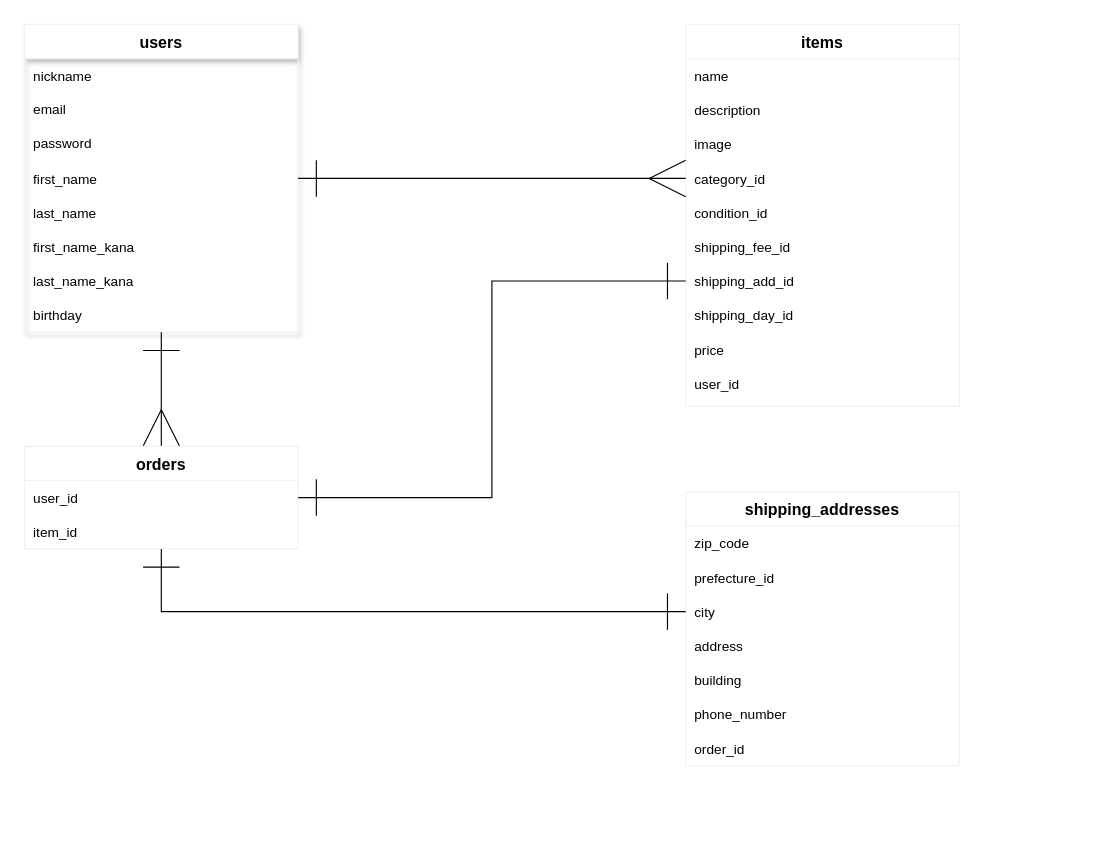
Before: ER.dio in KentaroKageyama/furima-35204, a draw.io diagram. Source tidied: cells renumbered, new cells numbered last; positions are measured from the earlier drawing's top-left corner, leaving out a move shared by most shapes. Both pictures are drawn from the tidied source at 114%, with x=0, y=0 at pixel (24, 24).
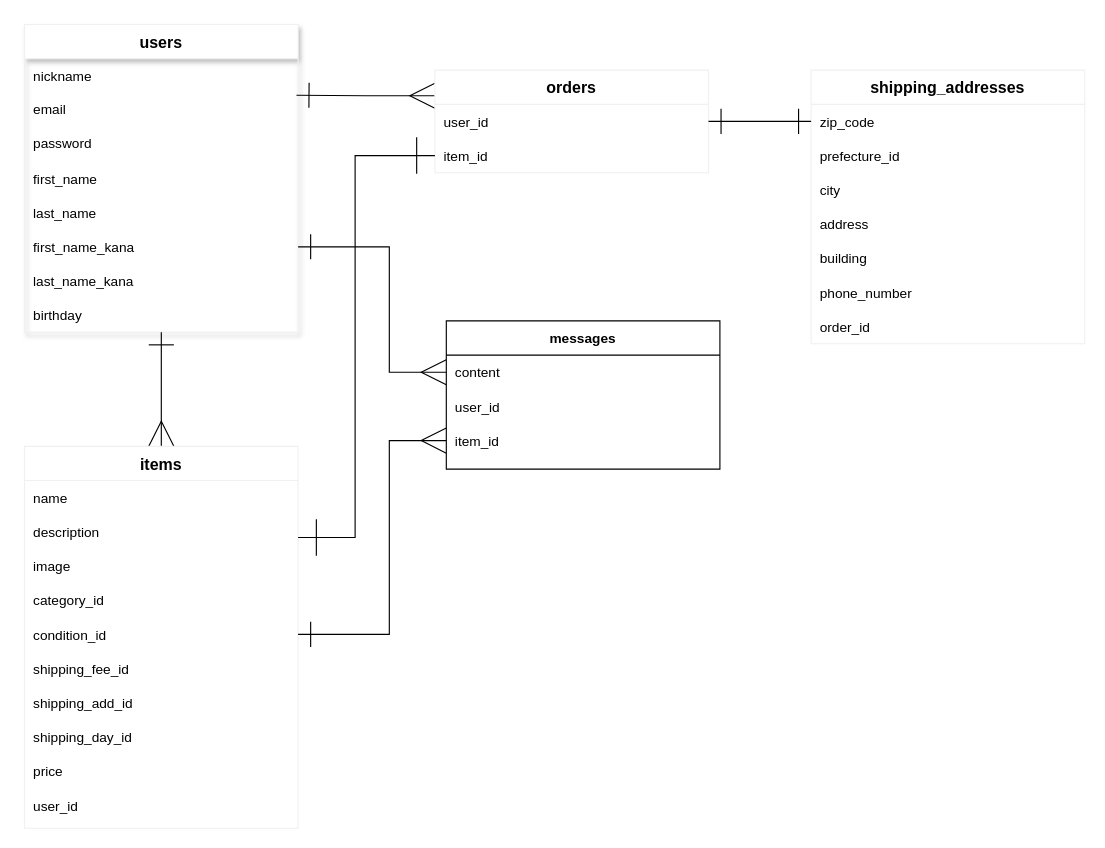
The same diagram, later.

Commit message (it also covers changes not shown here):
ER図・README更新

The change refers to these unchanged cells:
```xml
<mxCell id="2" value="users" style="shape=table;startSize=30;childLayout=tableLayout;rowLines=0;fontStyle=1;align=center;shadow=1;strokeColor=#f0f0f0;fontSize=14;" parent="1" vertex="1">
  <mxGeometry width="240" height="270" as="geometry" />
</mxCell>
<mxCell id="5" style="shape=partialRectangle;fillColor=none;top=0;left=0;bottom=0;right=0;points=[[0,0.5],[1,0.5]];portConstraint=eastwest;" parent="2" vertex="1">
  <mxGeometry y="60" width="240" height="30" as="geometry" />
</mxCell>
<mxCell id="9" style="shape=partialRectangle;fillColor=none;top=0;left=0;bottom=0;right=0;points=[[0,0.5],[1,0.5]];portConstraint=eastwest;" parent="2" vertex="1">
  <mxGeometry y="120" width="240" height="30" as="geometry" />
</mxCell>
<mxCell id="13" style="shape=partialRectangle;fillColor=none;top=0;left=0;bottom=0;right=0;points=[[0,0.5],[1,0.5]];portConstraint=eastwest;" parent="2" vertex="1">
  <mxGeometry y="180" width="240" height="30" as="geometry" />
</mxCell>
<mxCell id="26" style="shape=partialRectangle;fillColor=none;top=0;left=0;bottom=0;right=0;points=[[0,0.5],[1,0.5]];portConstraint=eastwest;" parent="19" vertex="1">
  <mxGeometry y="120" width="240" height="30" as="geometry" />
</mxCell>
<mxCell id="28" style="shape=partialRectangle;fillColor=none;top=0;left=0;bottom=0;right=0;points=[[0,0.5],[1,0.5]];portConstraint=eastwest;" parent="19" vertex="1">
  <mxGeometry y="150" width="240" height="30" as="geometry" />
</mxCell>
<mxCell id="32" style="shape=partialRectangle;fillColor=none;top=0;left=0;bottom=0;right=0;points=[[0,0.5],[1,0.5]];portConstraint=eastwest;" parent="19" vertex="1">
  <mxGeometry y="210" width="240" height="30" as="geometry" />
</mxCell>
<mxCell id="42" style="shape=partialRectangle;fillColor=none;top=0;left=0;bottom=0;right=0;points=[[0,0.5],[1,0.5]];portConstraint=eastwest;" parent="41" vertex="1">
  <mxGeometry y="30" width="240" height="30" as="geometry" />
</mxCell>
<mxCell id="44" style="shape=partialRectangle;fillColor=none;top=0;left=0;bottom=0;right=0;points=[[0,0.5],[1,0.5]];portConstraint=eastwest;" parent="41" vertex="1">
  <mxGeometry y="60" width="240" height="30" as="geometry" />
</mxCell>
<mxCell id="47" style="shape=partialRectangle;fillColor=none;top=0;left=0;bottom=0;right=0;points=[[0,0.5],[1,0.5]];portConstraint=eastwest;" parent="46" vertex="1">
  <mxGeometry y="30" width="240" height="30" as="geometry" />
</mxCell>
<mxCell id="51" style="shape=partialRectangle;fillColor=none;top=0;left=0;bottom=0;right=0;points=[[0,0.5],[1,0.5]];portConstraint=eastwest;" parent="46" vertex="1">
  <mxGeometry y="90" width="240" height="30" as="geometry" />
</mxCell>
```

What changed in the source:
```diff
@@
+    <mxCell id="64" style="edgeStyle=orthogonalEdgeStyle;rounded=0;jettySize=auto;html=1;exitX=0.5;exitY=0;exitDx=0;exitDy=0;endArrow=ERone;endFill=0;endSize=20;startSize=20;startArrow=ERmany;startFill=0;" parent="1" edge="1" source="19">
+      <mxGeometry relative="1" as="geometry">
+        <mxPoint x="120" y="270" as="targetPoint" />
+      </mxGeometry>
+    </mxCell>
     <mxCell id="19" value="items" style="shape=table;startSize=30;childLayout=tableLayout;rowLines=0;fontStyle=1;align=center;shadow=0;strokeColor=#f0f0f0;fontSize=14;" parent="1" vertex="1">
-      <mxGeometry x="580" width="240" height="335" as="geometry" />
+      <mxGeometry y="370" width="240" height="335" as="geometry" />
     </mxCell>
@@
-    <mxCell id="40" style="edgeStyle=orthogonalEdgeStyle;rounded=0;jettySize=auto;html=1;exitX=0.5;exitY=0;exitDx=0;exitDy=0;entryX=0.5;entryY=1;entryDx=0;entryDy=0;startArrow=ERmany;startFill=0;startSize=30;endArrow=ERone;endFill=0;endSize=30;strokeWidth=1;fontSize=14;" parent="1" edge="1" source="41" target="2">
-      <mxGeometry relative="1" as="geometry" />
+    <mxCell id="40" style="edgeStyle=orthogonalEdgeStyle;rounded=0;jettySize=auto;html=1;exitX=0;exitY=0.25;exitDx=0;exitDy=0;entryX=0.994;entryY=0.067;entryDx=0;entryDy=0;startArrow=ERmany;startFill=0;startSize=20;endArrow=ERone;endFill=0;endSize=20;strokeWidth=1;fontSize=14;entryPerimeter=0;" parent="1" edge="1" source="41" target="5">
+      <mxGeometry relative="1" as="geometry">
+        <Array as="points">
+          <mxPoint x="300" y="62" />
+          <mxPoint x="300" y="62" />
+        </Array>
+      </mxGeometry>
     </mxCell>
     <mxCell id="41" value="orders" style="shape=table;startSize=30;childLayout=tableLayout;rowLines=0;fontStyle=1;align=center;shadow=0;strokeColor=#f0f0f0;fontSize=14;" parent="1" vertex="1">
-      <mxGeometry y="370" width="240" height="90" as="geometry" />
+      <mxGeometry x="360" y="40" width="240" height="90" as="geometry" />
     </mxCell>
@@
     <mxCell id="46" value="shipping_addresses" style="shape=table;startSize=30;childLayout=tableLayout;rowLines=0;fontStyle=1;align=center;shadow=0;strokeColor=#f0f0f0;fontSize=14;" parent="1" vertex="1">
-      <mxGeometry x="580" y="410" width="240" height="240" as="geometry" />
+      <mxGeometry x="690" y="40" width="240" height="240" as="geometry" />
     </mxCell>
@@
-    <mxCell id="61" style="edgeStyle=orthogonalEdgeStyle;rounded=0;jettySize=auto;html=1;exitX=0;exitY=0.5;exitDx=0;exitDy=0;entryX=1;entryY=0.5;entryDx=0;entryDy=0;startArrow=ERone;startFill=0;startSize=30;endArrow=ERone;endFill=0;endSize=30;strokeWidth=1;fontSize=14;" parent="1" edge="1" source="32" target="42">
-      <mxGeometry relative="1" as="geometry" />
+    <mxCell id="61" style="edgeStyle=orthogonalEdgeStyle;rounded=0;jettySize=auto;html=1;startArrow=ERone;startFill=0;startSize=30;endArrow=ERone;endFill=0;endSize=30;strokeWidth=1;fontSize=14;entryX=0;entryY=0.5;entryDx=0;entryDy=0;" parent="1" edge="1" target="44">
+      <mxGeometry relative="1" as="geometry">
+        <mxPoint x="240" y="450" as="sourcePoint" />
+        <Array as="points">
+          <mxPoint x="290" y="450" />
+          <mxPoint x="290" y="115" />
+        </Array>
+      </mxGeometry>
     </mxCell>
-    <mxCell id="62" style="edgeStyle=orthogonalEdgeStyle;rounded=0;jettySize=auto;html=1;exitX=0;exitY=0.5;exitDx=0;exitDy=0;entryX=0.5;entryY=1;entryDx=0;entryDy=0;startArrow=ERone;startFill=0;startSize=30;endArrow=ERone;endFill=0;endSize=30;strokeWidth=1;fontSize=14;" parent="1" edge="1" source="51" target="41">
+    <mxCell id="62" style="edgeStyle=orthogonalEdgeStyle;rounded=0;jettySize=auto;html=1;exitX=0;exitY=0.5;exitDx=0;exitDy=0;entryX=1;entryY=0.5;entryDx=0;entryDy=0;startArrow=ERone;startFill=0;startSize=20;endArrow=ERone;endFill=0;endSize=20;strokeWidth=1;fontSize=14;" parent="1" edge="1" source="47" target="42">
       <mxGeometry relative="1" as="geometry" />
     </mxCell>
-    <mxCell id="63" style="edgeStyle=orthogonalEdgeStyle;rounded=0;jettySize=auto;html=1;exitX=1;exitY=0.5;exitDx=0;exitDy=0;entryX=0;entryY=0.5;entryDx=0;entryDy=0;startSize=30;endArrow=ERmany;endFill=0;strokeWidth=1;fontSize=14;endSize=30;startArrow=ERone;startFill=0;" parent="1" edge="1" source="9" target="26">
-      <mxGeometry relative="1" as="geometry" />
-    </mxCell>
+    <mxCell id="65" value="messages" style="shape=table;startSize=30;childLayout=tableLayout;rowLines=0;fontStyle=1;align=center;" parent="1" vertex="1">
+      <mxGeometry x="370" y="260" width="240" height="130" as="geometry" />
+    </mxCell>
+    <mxCell id="66" style="shape=partialRectangle;fillColor=none;top=0;left=0;bottom=0;right=0;points=[[0,0.5],[1,0.5]];portConstraint=eastwest;" parent="65" vertex="1">
+      <mxGeometry y="30" width="240" height="30" as="geometry" />
+    </mxCell>
+    <mxCell id="67" value="content" style="shape=partialRectangle;fillColor=none;top=0;left=0;bottom=0;right=0;align=left;spacingLeft=6;overflow=hidden;" parent="66" vertex="1">
+      <mxGeometry width="240" height="30" as="geometry" />
+    </mxCell>
+    <mxCell id="68" style="shape=partialRectangle;fillColor=none;top=0;left=0;bottom=0;right=0;" parent="65" vertex="1">
+      <mxGeometry y="60" width="240" height="30" as="geometry" />
+    </mxCell>
+    <mxCell id="69" value="user_id" style="shape=partialRectangle;fillColor=none;top=0;left=0;bottom=0;right=0;align=left;spacingLeft=6;overflow=hidden;" parent="68" vertex="1">
+      <mxGeometry width="240" height="30" as="geometry" />
+    </mxCell>
+    <mxCell id="70" style="shape=partialRectangle;fillColor=none;top=0;left=0;bottom=0;right=0;points=[[0,0.5],[1,0.5]];portConstraint=eastwest;" parent="65" vertex="1">
+      <mxGeometry y="90" width="240" height="30" as="geometry" />
+    </mxCell>
+    <mxCell id="71" value="item_id" style="shape=partialRectangle;fillColor=none;top=0;left=0;bottom=0;right=0;align=left;spacingLeft=6;overflow=hidden;" parent="70" vertex="1">
+      <mxGeometry width="240" height="30" as="geometry" />
+    </mxCell>
+    <mxCell id="72" style="edgeStyle=orthogonalEdgeStyle;rounded=0;jettySize=auto;html=1;exitX=0;exitY=0.5;exitDx=0;exitDy=0;entryX=1;entryY=0.5;entryDx=0;entryDy=0;startArrow=ERmany;startFill=0;startSize=20;endArrow=ERone;endFill=0;endSize=20;" parent="1" edge="1" source="66" target="13">
+      <mxGeometry relative="1" as="geometry">
+        <Array as="points">
+          <mxPoint x="320" y="305" />
+          <mxPoint x="320" y="195" />
+        </Array>
+      </mxGeometry>
+    </mxCell>
+    <mxCell id="73" style="edgeStyle=orthogonalEdgeStyle;rounded=0;jettySize=auto;html=1;exitX=0;exitY=0.5;exitDx=0;exitDy=0;entryX=1;entryY=0.5;entryDx=0;entryDy=0;startArrow=ERmany;startFill=0;startSize=20;endArrow=ERone;endFill=0;endSize=20;" parent="1" edge="1" source="70" target="28">
+      <mxGeometry relative="1" as="geometry">
+        <Array as="points">
+          <mxPoint x="320" y="365" />
+          <mxPoint x="320" y="535" />
+        </Array>
+      </mxGeometry>
+    </mxCell>
```
